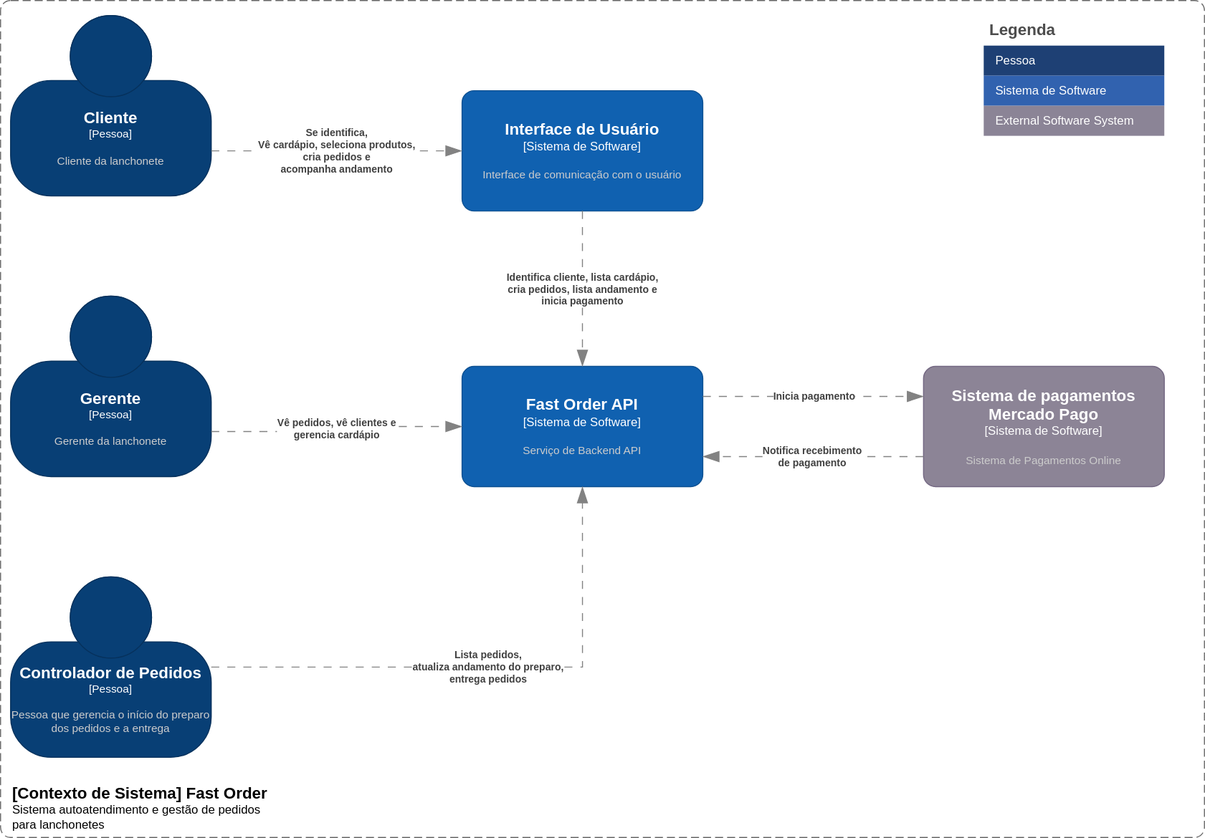
Earlier version of the draw.io export docs/fastorder_system_view.svg (8SOAT-Team/Fast-Order). Source tidied: cells renumbered, new cells last; positions are measured from the earlier drawing's top-left corner, leaving out a move shared by most shapes.
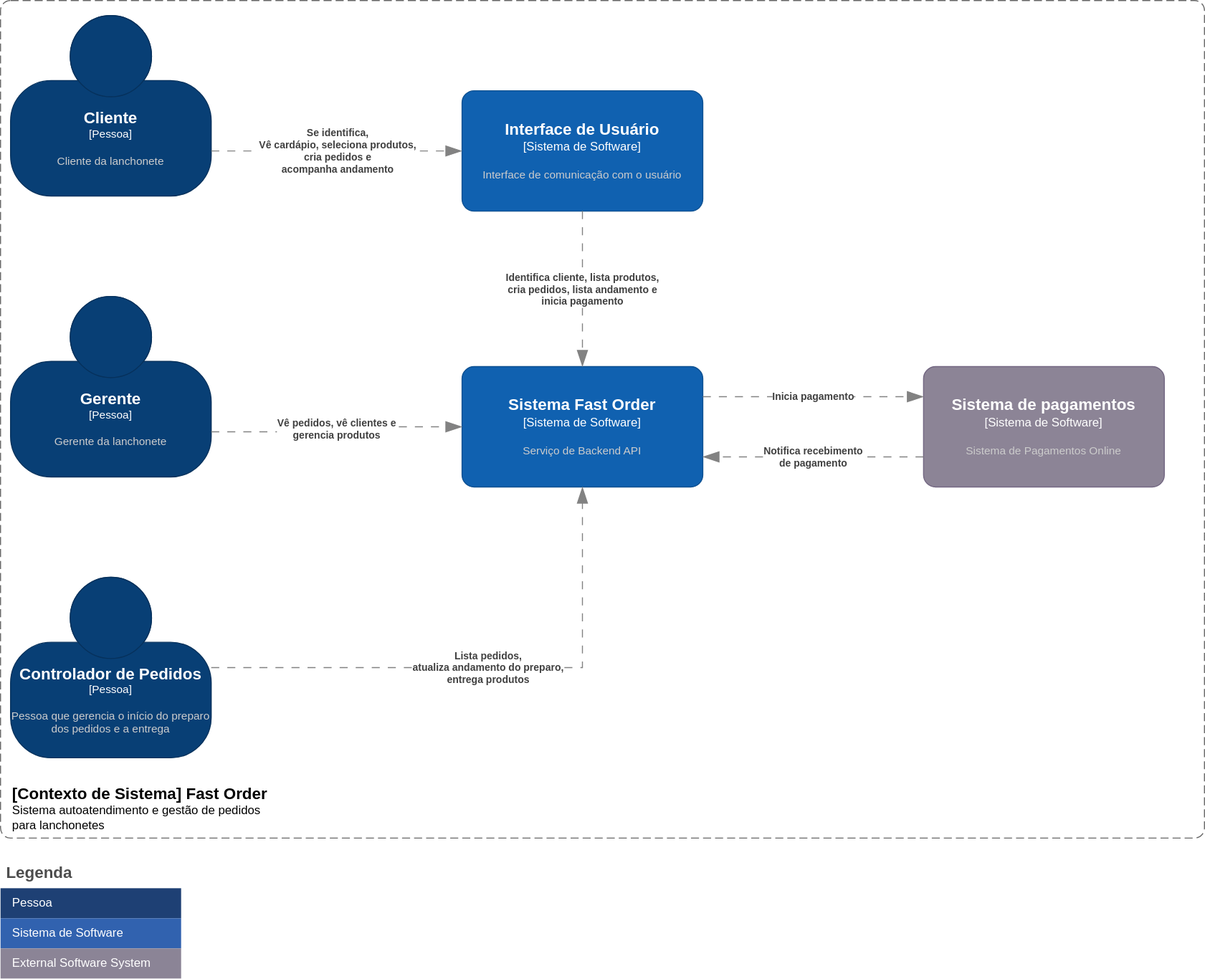
The same diagram one commit later.

Commit message:
docs: atualizando system view, criando components e container views

Change to the diagram source:
```diff
@@ -22,13 +22,13 @@
         <mxGeometry x="460" y="90" width="240" height="120" as="geometry" />
       </mxCell>
     </object>
-    <object id="6" label="&lt;font style=&quot;font-size: 16px&quot;&gt;&lt;b&gt;%c4Name%&lt;/b&gt;&lt;/font&gt;&lt;div&gt;[%c4Type%]&lt;/div&gt;&lt;br&gt;&lt;div&gt;&lt;font style=&quot;font-size: 11px&quot;&gt;&lt;font color=&quot;#cccccc&quot;&gt;%c4Description%&lt;/font&gt;&lt;/div&gt;" c4Description="Serviço de Backend API" c4Name="Fast Order API" c4Type="Sistema de Software" placeholders="1">
+    <object id="6" label="&lt;font style=&quot;font-size: 16px&quot;&gt;&lt;b&gt;%c4Name%&lt;/b&gt;&lt;/font&gt;&lt;div&gt;[%c4Type%]&lt;/div&gt;&lt;br&gt;&lt;div&gt;&lt;font style=&quot;font-size: 11px&quot;&gt;&lt;font color=&quot;#cccccc&quot;&gt;%c4Description%&lt;/font&gt;&lt;/div&gt;" c4Description="Serviço de Backend API" c4Name="Sistema Fast Order" c4Type="Sistema de Software" placeholders="1">
       <mxCell style="rounded=1;whiteSpace=wrap;html=1;labelBackgroundColor=none;fillColor=#1061B0;fontColor=#ffffff;align=center;arcSize=10;strokeColor=#0D5091;points=[[0.25,0,0],[0.5,0,0],[0.75,0,0],[1,0.25,0],[1,0.5,0],[1,0.75,0],[0.75,1,0],[0.5,1,0],[0.25,1,0],[0,0.75,0],[0,0.5,0],[0,0.25,0]];" parent="1" vertex="1">
         <mxGeometry x="460" y="365" width="240" height="120" as="geometry" />
       </mxCell>
     </object>
     <mxCell id="7" value="Legenda" style="shape=table;startSize=30;fontSize=16;align=left;verticalAlign=top;fillColor=none;strokeColor=none;fontColor=#4D4D4D;fontStyle=1;spacingLeft=6;spacing=0;" parent="1" vertex="1">
-      <mxGeometry x="980" y="15" width="180" height="120" as="geometry" />
+      <mxGeometry y="855" width="180" height="120" as="geometry" />
     </mxCell>
     <mxCell id="8" style="shape=tableRow;horizontal=0;startSize=0;swimlaneHead=0;swimlaneBody=0;strokeColor=inherit;top=0;left=0;bottom=0;right=0;fillColor=none;fontSize=12;" parent="7" vertex="1">
       <mxGeometry y="30" width="180" height="30" as="geometry" />
@@ -48,7 +48,7 @@
     <mxCell id="13" value="External Software System" style="shape=partialRectangle;html=1;whiteSpace=wrap;strokeColor=inherit;overflow=hidden;fillColor=#8b8496;top=0;left=0;bottom=0;right=0;fontSize=12;align=left;fontColor=#FFFFFF;gradientColor=none;spacingLeft=10;spacingRight=4;" parent="12" vertex="1">
       <mxGeometry width="180" height="30" as="geometry" />
     </mxCell>
-    <object id="14" label="&lt;font style=&quot;font-size: 16px&quot;&gt;&lt;b&gt;%c4Name%&lt;/b&gt;&lt;/font&gt;&lt;div&gt;[%c4Type%]&lt;/div&gt;&lt;br&gt;&lt;div&gt;&lt;font style=&quot;font-size: 11px&quot;&gt;&lt;font color=&quot;#cccccc&quot;&gt;%c4Description%&lt;/font&gt;&lt;/div&gt;" c4Description="Sistema de Pagamentos Online" c4Name="Sistema de pagamentos Mercado Pago" c4Type="Sistema de Software" placeholders="1">
+    <object id="14" label="&lt;font style=&quot;font-size: 16px&quot;&gt;&lt;b&gt;%c4Name%&lt;/b&gt;&lt;/font&gt;&lt;div&gt;[%c4Type%]&lt;/div&gt;&lt;br&gt;&lt;div&gt;&lt;font style=&quot;font-size: 11px&quot;&gt;&lt;font color=&quot;#cccccc&quot;&gt;%c4Description%&lt;/font&gt;&lt;/div&gt;" c4Description="Sistema de Pagamentos Online" c4Name="Sistema de pagamentos" c4Type="Sistema de Software" placeholders="1">
       <mxCell style="rounded=1;whiteSpace=wrap;html=1;labelBackgroundColor=none;fillColor=#8C8496;fontColor=#ffffff;align=center;arcSize=10;strokeColor=#736782;points=[[0.25,0,0],[0.5,0,0],[0.75,0,0],[1,0.25,0],[1,0.5,0],[1,0.75,0],[0.75,1,0],[0.5,1,0],[0.25,1,0],[0,0.75,0],[0,0.5,0],[0,0.25,0]];" parent="1" vertex="1">
         <mxGeometry x="920" y="365" width="240" height="120" as="geometry" />
       </mxCell>
@@ -58,7 +58,7 @@
         <mxGeometry relative="1" as="geometry" />
       </mxCell>
     </object>
-    <object id="16" label="&lt;div style=&quot;text-align: left&quot;&gt;&lt;div style=&quot;text-align: center&quot;&gt;&lt;b&gt;%c4Description%&lt;/b&gt;&lt;/div&gt;" c4Description="Identifica cliente, lista cardápio,&#10;cria pedidos, lista andamento e&#10;inicia pagamento" c4Type="Relationship" placeholders="1">
+    <object id="16" label="&lt;div style=&quot;text-align: left&quot;&gt;&lt;div style=&quot;text-align: center&quot;&gt;&lt;b&gt;%c4Description%&lt;/b&gt;&lt;/div&gt;" c4Description="Identifica cliente, lista produtos,&#10;cria pedidos, lista andamento e&#10;inicia pagamento" c4Type="Relationship" placeholders="1">
       <mxCell style="endArrow=blockThin;html=1;fontSize=10;fontColor=#404040;strokeWidth=1;endFill=1;strokeColor=#828282;elbow=vertical;endSize=14;startSize=14;jumpStyle=arc;jumpSize=16;rounded=0;edgeStyle=orthogonalEdgeStyle;exitX=0.5;exitY=1;exitDx=0;exitDy=0;exitPerimeter=0;entryX=0.5;entryY=0;entryDx=0;entryDy=0;entryPerimeter=0;dashed=1;dashPattern=8 8;" parent="1" edge="1" source="5" target="6">
         <mxGeometry x="0.01" relative="1" as="geometry" />
       </mxCell>
@@ -73,7 +73,7 @@
         <mxGeometry x="0.01" relative="1" as="geometry" />
       </mxCell>
     </object>
-    <object id="19" label="&lt;div style=&quot;text-align: left&quot;&gt;&lt;div style=&quot;text-align: center&quot;&gt;&lt;b&gt;%c4Description%&lt;/b&gt;&lt;/div&gt;" c4Description="Vê pedidos, vê clientes e&#10;gerencia cardápio" c4Type="Relationship" placeholders="1">
+    <object id="19" label="&lt;div style=&quot;text-align: left&quot;&gt;&lt;div style=&quot;text-align: center&quot;&gt;&lt;b&gt;%c4Description%&lt;/b&gt;&lt;/div&gt;" c4Description="Vê pedidos, vê clientes e&#10;gerencia produtos" c4Type="Relationship" placeholders="1">
       <mxCell style="endArrow=blockThin;html=1;fontSize=10;fontColor=#404040;strokeWidth=1;endFill=1;strokeColor=#828282;elbow=vertical;endSize=14;startSize=14;jumpStyle=arc;jumpSize=16;rounded=0;edgeStyle=orthogonalEdgeStyle;exitX=1;exitY=0.75;exitDx=0;exitDy=0;exitPerimeter=0;entryX=0;entryY=0.5;entryDx=0;entryDy=0;entryPerimeter=0;dashed=1;dashPattern=8 8;" parent="1" edge="1" source="3" target="6">
         <mxGeometry x="0.01" relative="1" as="geometry" />
       </mxCell>
@@ -83,7 +83,7 @@
         <mxGeometry x="10" y="575" width="200" height="180" as="geometry" />
       </mxCell>
     </object>
-    <object id="21" label="&lt;div style=&quot;text-align: left&quot;&gt;&lt;div style=&quot;text-align: center&quot;&gt;&lt;b&gt;%c4Description%&lt;/b&gt;&lt;/div&gt;" c4Description="Lista pedidos,&#10;atualiza andamento do preparo,&#10;entrega pedidos" c4Type="Relationship" placeholders="1">
+    <object id="21" label="&lt;div style=&quot;text-align: left&quot;&gt;&lt;div style=&quot;text-align: center&quot;&gt;&lt;b&gt;%c4Description%&lt;/b&gt;&lt;/div&gt;" c4Description="Lista pedidos,&#10;atualiza andamento do preparo,&#10;entrega produtos" c4Type="Relationship" placeholders="1">
       <mxCell style="endArrow=blockThin;html=1;fontSize=10;fontColor=#404040;strokeWidth=1;endFill=1;strokeColor=#828282;elbow=vertical;endSize=14;startSize=14;jumpStyle=arc;jumpSize=16;rounded=0;edgeStyle=orthogonalEdgeStyle;exitX=1;exitY=0.5;exitDx=0;exitDy=0;exitPerimeter=0;entryX=0.5;entryY=1;entryDx=0;entryDy=0;entryPerimeter=0;dashed=1;dashPattern=8 8;" parent="1" edge="1" source="20" target="6">
         <mxGeometry x="0.01" relative="1" as="geometry" />
       </mxCell>
```
